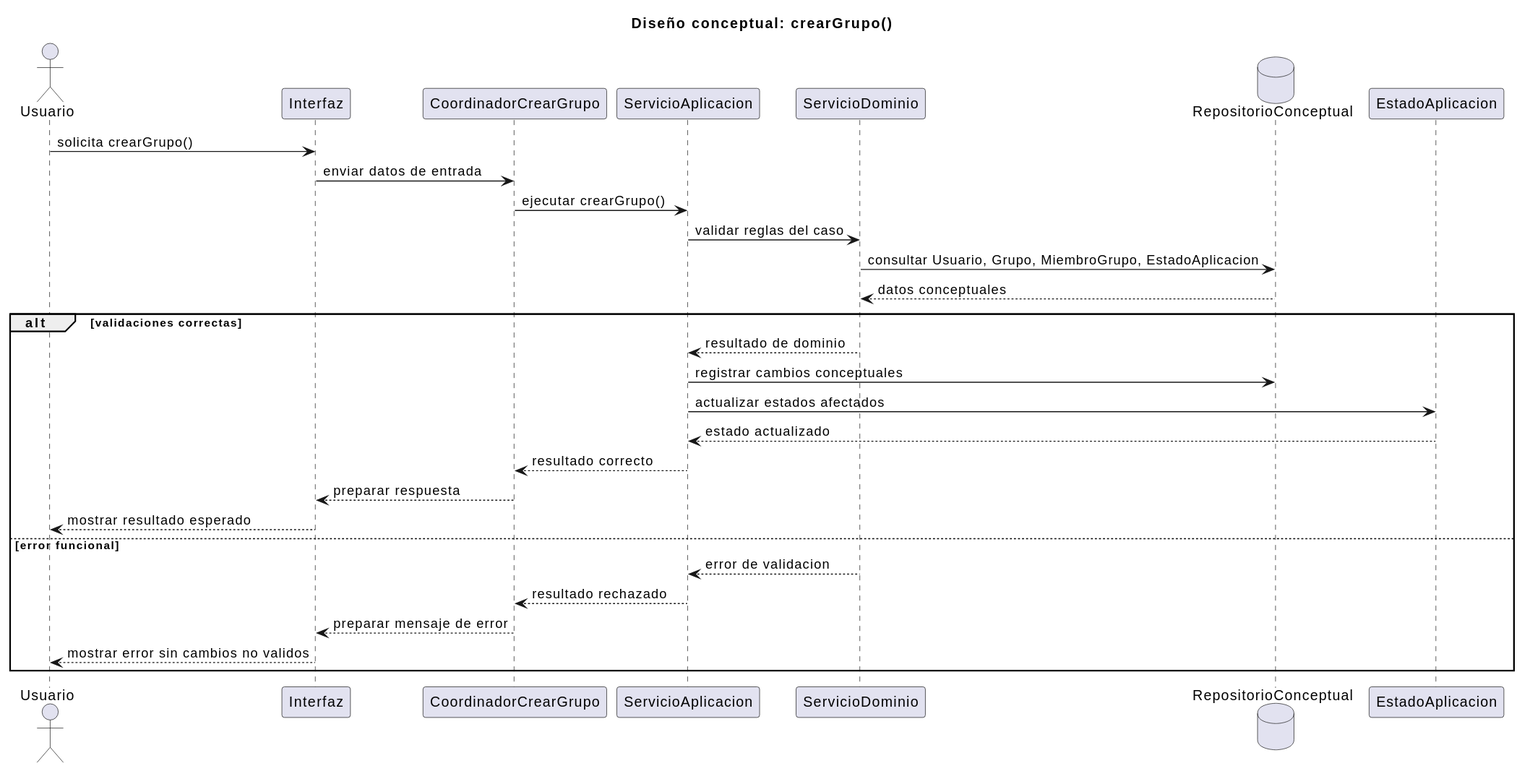
Above: documents/RUP/02-diseño/casos-uso/gestion-grupos/crearGrupo/secuencia.svg in inigovaqueroo04/25-26-idsw2-sdVC (PlantUML), before the change.
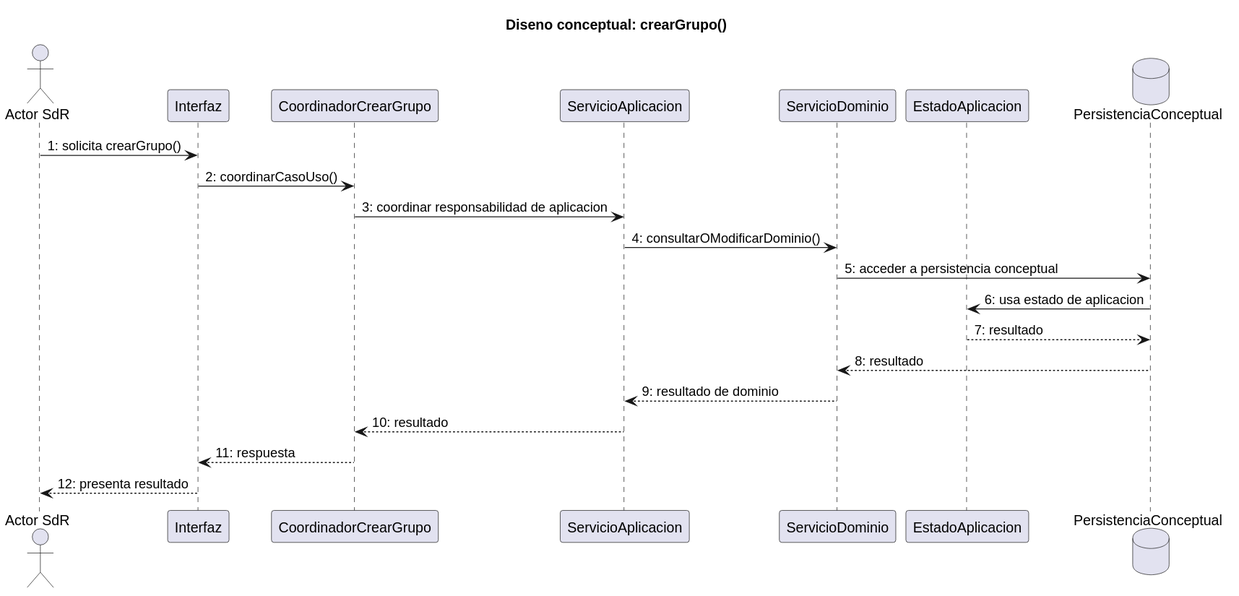
The same file after the commit.

Commit message:
docs: ajustar diseno de crear grupo

The edit, as a diff of the source:
```diff
@@ -1,33 +1,24 @@
 @startuml
-title Diseño conceptual: crearGrupo()
+title Diseno conceptual: crearGrupo()
 
-actor "Usuario" as Usuario
+actor "Actor SdR" as Actor
 participant "Interfaz" as Interfaz
 participant "CoordinadorCrearGrupo" as Coordinador
 participant "ServicioAplicacion" as ServicioAplicacion
 participant "ServicioDominio" as ServicioDominio
-database "RepositorioConceptual" as Repositorio
 participant "EstadoAplicacion" as EstadoAplicacion
+database "PersistenciaConceptual" as Persistencia
 
-Usuario -> Interfaz : solicita crearGrupo()
-Interfaz -> Coordinador : enviar datos de entrada
-Coordinador -> ServicioAplicacion : ejecutar crearGrupo()
-ServicioAplicacion -> ServicioDominio : validar reglas del caso
-ServicioDominio -> Repositorio : consultar Usuario, Grupo, MiembroGrupo, EstadoAplicacion
-Repositorio --> ServicioDominio : datos conceptuales
-
-alt validaciones correctas
-  ServicioDominio --> ServicioAplicacion : resultado de dominio
-  ServicioAplicacion -> Repositorio : registrar cambios conceptuales
-  ServicioAplicacion -> EstadoAplicacion : actualizar estados afectados
-  EstadoAplicacion --> ServicioAplicacion : estado actualizado
-  ServicioAplicacion --> Coordinador : resultado correcto
-  Coordinador --> Interfaz : preparar respuesta
-  Interfaz --> Usuario : mostrar resultado esperado
-else error funcional
-  ServicioDominio --> ServicioAplicacion : error de validacion
-  ServicioAplicacion --> Coordinador : resultado rechazado
-  Coordinador --> Interfaz : preparar mensaje de error
-  Interfaz --> Usuario : mostrar error sin cambios no validos
-end
+Actor -> Interfaz : 1: solicita crearGrupo()
+Interfaz -> Coordinador : 2: coordinarCasoUso()
+Coordinador -> ServicioAplicacion : 3: coordinar responsabilidad de aplicacion
+ServicioAplicacion -> ServicioDominio : 4: consultarOModificarDominio()
+ServicioDominio -> Persistencia : 5: acceder a persistencia conceptual
+Persistencia -> EstadoAplicacion : 6: usa estado de aplicacion
+EstadoAplicacion --> Persistencia : 7: resultado
+Persistencia --> ServicioDominio : 8: resultado
+ServicioDominio --> ServicioAplicacion : 9: resultado de dominio
+ServicioAplicacion --> Coordinador : 10: resultado
+Coordinador --> Interfaz : 11: respuesta
+Interfaz --> Actor : 12: presenta resultado
 @enduml
```
